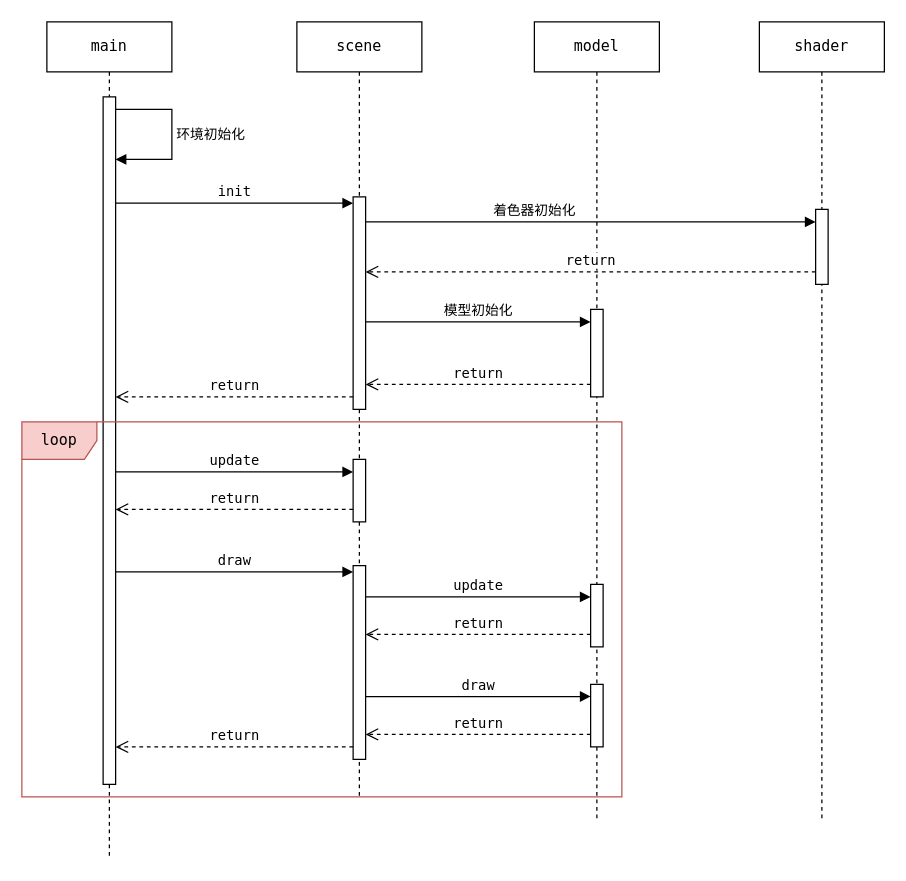
The draw.io diagram page "渲染流程图" (2 of 3) of render.drawio in acccoco/Minet, before the edit. Source tidied: cells renumbered, new cells numbered last; positions are measured from the earlier drawing's top-left corner, leaving out a move shared by most shapes. Both pictures are drawn from the tidied source at 125%, with x=0, y=0 at pixel (21, 21).
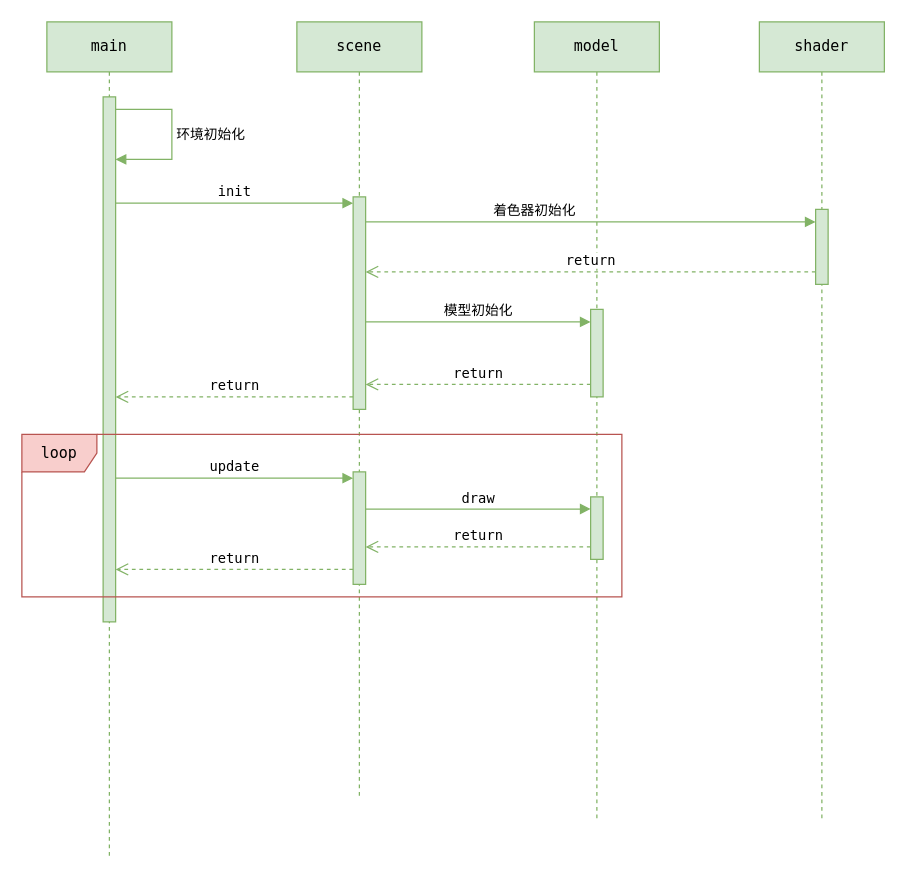
Above is the later version.

The edit, as a diff of the source:
```diff
@@
-    <mxCell id="2" value="main" style="shape=umlLifeline;perimeter=lifelinePerimeter;whiteSpace=wrap;html=1;rounded=0;fontFamily=Lucida Console;" parent="1" vertex="1">
+    <mxCell id="2" value="main" style="shape=umlLifeline;perimeter=lifelinePerimeter;whiteSpace=wrap;html=1;rounded=0;fontFamily=Lucida Console;fillColor=#d5e8d4;strokeColor=#82b366;" parent="1" vertex="1">
       <mxGeometry x="20" width="100" height="670" as="geometry" />
     </mxCell>
-    <mxCell id="3" style="html=1;points=[];perimeter=orthogonalPerimeter;rounded=0;fontFamily=Lucida Console;" parent="2" vertex="1">
-      <mxGeometry x="45" y="60" width="10" height="550" as="geometry" />
+    <mxCell id="3" style="html=1;points=[];perimeter=orthogonalPerimeter;rounded=0;fontFamily=Lucida Console;fillColor=#d5e8d4;strokeColor=#82b366;" parent="2" vertex="1">
+      <mxGeometry x="45" y="60" width="10" height="420" as="geometry" />
     </mxCell>
-    <mxCell id="4" value="环境初始化" style="edgeStyle=orthogonalEdgeStyle;html=1;align=left;spacingLeft=2;endArrow=block;rounded=0;fontFamily=Lucida Console;" parent="2" edge="1" source="3" target="3">
+    <mxCell id="4" value="环境初始化" style="edgeStyle=orthogonalEdgeStyle;html=1;align=left;spacingLeft=2;endArrow=block;rounded=0;fontFamily=Lucida Console;fillColor=#d5e8d4;strokeColor=#82b366;" parent="2" edge="1" source="3" target="3">
       <mxGeometry relative="1" as="geometry">
         <Array as="points">
           <mxPoint x="100" y="70" />
           <mxPoint x="100" y="110" />
         </Array>
       </mxGeometry>
     </mxCell>
-    <mxCell id="5" value="scene" style="shape=umlLifeline;perimeter=lifelinePerimeter;whiteSpace=wrap;html=1;rounded=0;fontFamily=Lucida Console;" parent="1" vertex="1">
+    <mxCell id="5" value="scene" style="shape=umlLifeline;perimeter=lifelinePerimeter;whiteSpace=wrap;html=1;rounded=0;fontFamily=Lucida Console;fillColor=#d5e8d4;strokeColor=#82b366;" parent="1" vertex="1">
       <mxGeometry x="220" width="100" height="620" as="geometry" />
     </mxCell>
-    <mxCell id="6" style="html=1;points=[];perimeter=orthogonalPerimeter;rounded=0;fontFamily=Lucida Console;" parent="5" vertex="1">
+    <mxCell id="6" style="html=1;points=[];perimeter=orthogonalPerimeter;rounded=0;fontFamily=Lucida Console;fillColor=#d5e8d4;strokeColor=#82b366;" parent="5" vertex="1">
       <mxGeometry x="45" y="140" width="10" height="170" as="geometry" />
     </mxCell>
-    <mxCell id="7" style="html=1;points=[];perimeter=orthogonalPerimeter;rounded=0;fontFamily=Lucida Console;" parent="5" vertex="1">
-      <mxGeometry x="45" y="350" width="10" height="50" as="geometry" />
-    </mxCell>
-    <mxCell id="8" style="html=1;points=[];perimeter=orthogonalPerimeter;rounded=0;fontFamily=Lucida Console;" parent="5" vertex="1">
-      <mxGeometry x="45" y="435" width="10" height="155" as="geometry" />
+    <mxCell id="8" style="html=1;points=[];perimeter=orthogonalPerimeter;rounded=0;fontFamily=Lucida Console;fillColor=#d5e8d4;strokeColor=#82b366;" parent="5" vertex="1">
+      <mxGeometry x="45" y="360" width="10" height="90" as="geometry" />
     </mxCell>
-    <mxCell id="9" value="model" style="shape=umlLifeline;perimeter=lifelinePerimeter;whiteSpace=wrap;html=1;rounded=0;fontFamily=Lucida Console;" parent="1" vertex="1">
+    <mxCell id="9" value="model" style="shape=umlLifeline;perimeter=lifelinePerimeter;whiteSpace=wrap;html=1;rounded=0;fontFamily=Lucida Console;fillColor=#d5e8d4;strokeColor=#82b366;" parent="1" vertex="1">
       <mxGeometry x="410" width="100" height="640" as="geometry" />
     </mxCell>
-    <mxCell id="10" style="html=1;points=[];perimeter=orthogonalPerimeter;rounded=0;fontFamily=Lucida Console;" parent="9" vertex="1">
+    <mxCell id="10" style="html=1;points=[];perimeter=orthogonalPerimeter;rounded=0;fontFamily=Lucida Console;fillColor=#d5e8d4;strokeColor=#82b366;" parent="9" vertex="1">
       <mxGeometry x="45" y="230" width="10" height="70" as="geometry" />
     </mxCell>
-    <mxCell id="11" style="html=1;points=[];perimeter=orthogonalPerimeter;rounded=0;fontFamily=Lucida Console;" parent="9" vertex="1">
-      <mxGeometry x="45" y="450" width="10" height="50" as="geometry" />
-    </mxCell>
-    <mxCell id="12" style="html=1;points=[];perimeter=orthogonalPerimeter;rounded=0;fontFamily=Lucida Console;" parent="9" vertex="1">
-      <mxGeometry x="45" y="530" width="10" height="50" as="geometry" />
+    <mxCell id="12" style="html=1;points=[];perimeter=orthogonalPerimeter;rounded=0;fontFamily=Lucida Console;fillColor=#d5e8d4;strokeColor=#82b366;" parent="9" vertex="1">
+      <mxGeometry x="45" y="380" width="10" height="50" as="geometry" />
     </mxCell>
     <mxCell id="13" value="loop" style="shape=umlFrame;whiteSpace=wrap;html=1;rounded=0;fontFamily=Lucida Console;fillColor=#f8cecc;strokeColor=#b85450;" parent="1" vertex="1">
-      <mxGeometry y="320" width="480" height="300" as="geometry" />
+      <mxGeometry y="330" width="480" height="130" as="geometry" />
     </mxCell>
-    <mxCell id="14" value="init" style="html=1;verticalAlign=bottom;endArrow=block;fontFamily=Lucida Console;" parent="1" edge="1" source="3" target="6">
+    <mxCell id="14" value="init" style="html=1;verticalAlign=bottom;endArrow=block;fontFamily=Lucida Console;fillColor=#d5e8d4;strokeColor=#82b366;" parent="1" edge="1" source="3" target="6">
       <mxGeometry relative="1" as="geometry">
         <Array as="points">
           <mxPoint x="130" y="145" />
         </Array>
       </mxGeometry>
     </mxCell>
-    <mxCell id="15" value="return" style="html=1;verticalAlign=bottom;endArrow=open;dashed=1;endSize=8;fontFamily=Lucida Console;" parent="1" edge="1" source="6">
+    <mxCell id="15" value="return" style="html=1;verticalAlign=bottom;endArrow=open;dashed=1;endSize=8;fontFamily=Lucida Console;fillColor=#d5e8d4;strokeColor=#82b366;" parent="1" edge="1" source="6">
       <mxGeometry relative="1" as="geometry">
         <mxPoint x="75" y="300" as="targetPoint" />
         <Array as="points">
           <mxPoint x="130" y="300" />
         </Array>
       </mxGeometry>
     </mxCell>
-    <mxCell id="16" value="模型初始化" style="html=1;verticalAlign=bottom;endArrow=block;fontFamily=Lucida Console;" parent="1" edge="1" target="10">
+    <mxCell id="16" value="模型初始化" style="html=1;verticalAlign=bottom;endArrow=block;fontFamily=Lucida Console;fillColor=#d5e8d4;strokeColor=#82b366;" parent="1" edge="1" target="10">
       <mxGeometry relative="1" as="geometry">
         <mxPoint x="275" y="240" as="sourcePoint" />
         <Array as="points">
           <mxPoint x="350" y="240" />
         </Array>
       </mxGeometry>
     </mxCell>
-    <mxCell id="17" value="return" style="html=1;verticalAlign=bottom;endArrow=open;dashed=1;endSize=8;fontFamily=Lucida Console;" parent="1" edge="1" source="10">
+    <mxCell id="17" value="return" style="html=1;verticalAlign=bottom;endArrow=open;dashed=1;endSize=8;fontFamily=Lucida Console;fillColor=#d5e8d4;strokeColor=#82b366;" parent="1" edge="1" source="10">
       <mxGeometry relative="1" as="geometry">
         <mxPoint x="275" y="290" as="targetPoint" />
         <Array as="points">
           <mxPoint x="345" y="290" />
         </Array>
       </mxGeometry>
     </mxCell>
-    <mxCell id="18" value="update" style="html=1;verticalAlign=bottom;endArrow=block;fontFamily=Lucida Console;" parent="1" edge="1" target="7">
-      <mxGeometry relative="1" as="geometry">
-        <mxPoint x="75" y="360" as="sourcePoint" />
-        <Array as="points">
-          <mxPoint x="140" y="360" />
-        </Array>
-      </mxGeometry>
-    </mxCell>
-    <mxCell id="19" value="return" style="html=1;verticalAlign=bottom;endArrow=open;dashed=1;endSize=8;fontFamily=Lucida Console;" parent="1" edge="1" source="7">
-      <mxGeometry relative="1" as="geometry">
-        <mxPoint x="75" y="390" as="targetPoint" />
-        <Array as="points">
-          <mxPoint x="125" y="390" />
-        </Array>
-      </mxGeometry>
-    </mxCell>
-    <mxCell id="20" value="draw" style="html=1;verticalAlign=bottom;endArrow=block;fontFamily=Lucida Console;" parent="1" edge="1" target="8">
+    <mxCell id="20" value="update" style="html=1;verticalAlign=bottom;endArrow=block;fontFamily=Lucida Console;fillColor=#d5e8d4;strokeColor=#82b366;" parent="1" edge="1" target="8">
       <mxGeometry relative="1" as="geometry">
-        <mxPoint x="75" y="440" as="sourcePoint" />
+        <mxPoint x="75" y="365" as="sourcePoint" />
         <Array as="points">
-          <mxPoint x="130" y="440" />
+          <mxPoint x="130" y="365" />
         </Array>
       </mxGeometry>
     </mxCell>
-    <mxCell id="21" value="update" style="html=1;verticalAlign=bottom;endArrow=block;fontFamily=Lucida Console;" parent="1" edge="1" source="8" target="11">
-      <mxGeometry relative="1" as="geometry">
-        <Array as="points">
-          <mxPoint x="375" y="460" />
-        </Array>
-      </mxGeometry>
-    </mxCell>
-    <mxCell id="22" value="shader" style="shape=umlLifeline;perimeter=lifelinePerimeter;whiteSpace=wrap;html=1;rounded=0;fontFamily=Lucida Console;" parent="1" vertex="1">
+    <mxCell id="22" value="shader" style="shape=umlLifeline;perimeter=lifelinePerimeter;whiteSpace=wrap;html=1;rounded=0;fontFamily=Lucida Console;fillColor=#d5e8d4;strokeColor=#82b366;" parent="1" vertex="1">
       <mxGeometry x="590" width="100" height="640" as="geometry" />
     </mxCell>
-    <mxCell id="23" style="html=1;points=[];perimeter=orthogonalPerimeter;rounded=0;fontFamily=Lucida Console;" parent="22" vertex="1">
+    <mxCell id="23" style="html=1;points=[];perimeter=orthogonalPerimeter;rounded=0;fontFamily=Lucida Console;fillColor=#d5e8d4;strokeColor=#82b366;" parent="22" vertex="1">
       <mxGeometry x="45" y="150" width="10" height="60" as="geometry" />
     </mxCell>
-    <mxCell id="24" value="着色器初始化" style="html=1;verticalAlign=bottom;endArrow=block;fontFamily=Lucida Console;" parent="1" edge="1" source="6" target="23">
+    <mxCell id="24" value="着色器初始化" style="html=1;verticalAlign=bottom;endArrow=block;fontFamily=Lucida Console;fillColor=#d5e8d4;strokeColor=#82b366;" parent="1" edge="1" source="6" target="23">
       <mxGeometry x="-0.25" relative="1" as="geometry">
         <Array as="points">
           <mxPoint x="360" y="160" />
         </Array>
       </mxGeometry>
     </mxCell>
-    <mxCell id="25" value="return" style="html=1;verticalAlign=bottom;endArrow=open;dashed=1;endSize=8;fontFamily=Lucida Console;" parent="1" edge="1" source="23" target="6">
+    <mxCell id="25" value="return" style="html=1;verticalAlign=bottom;endArrow=open;dashed=1;endSize=8;fontFamily=Lucida Console;fillColor=#d5e8d4;strokeColor=#82b366;" parent="1" edge="1" source="23" target="6">
       <mxGeometry relative="1" as="geometry">
         <Array as="points">
           <mxPoint x="370" y="200" />
         </Array>
       </mxGeometry>
     </mxCell>
-    <mxCell id="26" value="return" style="html=1;verticalAlign=bottom;endArrow=open;dashed=1;endSize=8;fontFamily=Lucida Console;" parent="1" edge="1" source="11" target="8">
-      <mxGeometry relative="1" as="geometry">
-        <Array as="points">
-          <mxPoint x="300" y="490" />
-        </Array>
-      </mxGeometry>
-    </mxCell>
-    <mxCell id="27" value="draw" style="html=1;verticalAlign=bottom;endArrow=block;fontFamily=Lucida Console;" parent="1" edge="1" source="8" target="12">
+    <mxCell id="27" value="draw" style="html=1;verticalAlign=bottom;endArrow=block;fontFamily=Lucida Console;fillColor=#d5e8d4;strokeColor=#82b366;" parent="1" edge="1" target="12">
       <mxGeometry relative="1" as="geometry">
+        <mxPoint x="275" y="389.7" as="sourcePoint" />
         <Array as="points">
-          <mxPoint x="400" y="539.7" />
+          <mxPoint x="400" y="389.7" />
         </Array>
       </mxGeometry>
     </mxCell>
-    <mxCell id="28" value="return" style="html=1;verticalAlign=bottom;endArrow=open;dashed=1;endSize=8;fontFamily=Lucida Console;" parent="1" edge="1" source="12" target="8">
+    <mxCell id="28" value="return" style="html=1;verticalAlign=bottom;endArrow=open;dashed=1;endSize=8;fontFamily=Lucida Console;fillColor=#d5e8d4;strokeColor=#82b366;" parent="1" edge="1" source="12">
       <mxGeometry relative="1" as="geometry">
+        <mxPoint x="275" y="420" as="targetPoint" />
         <Array as="points">
-          <mxPoint x="315" y="570" />
+          <mxPoint x="315" y="420" />
         </Array>
       </mxGeometry>
     </mxCell>
-    <mxCell id="29" value="return" style="html=1;verticalAlign=bottom;endArrow=open;dashed=1;endSize=8;fontFamily=Lucida Console;" parent="1" edge="1" source="8">
+    <mxCell id="29" value="return" style="html=1;verticalAlign=bottom;endArrow=open;dashed=1;endSize=8;fontFamily=Lucida Console;fillColor=#d5e8d4;strokeColor=#82b366;" parent="1" edge="1" source="8" target="3">
       <mxGeometry relative="1" as="geometry">
-        <mxPoint x="75" y="580" as="targetPoint" />
         <Array as="points">
-          <mxPoint x="120" y="580" />
+          <mxPoint x="130" y="438" />
         </Array>
       </mxGeometry>
     </mxCell>
```
